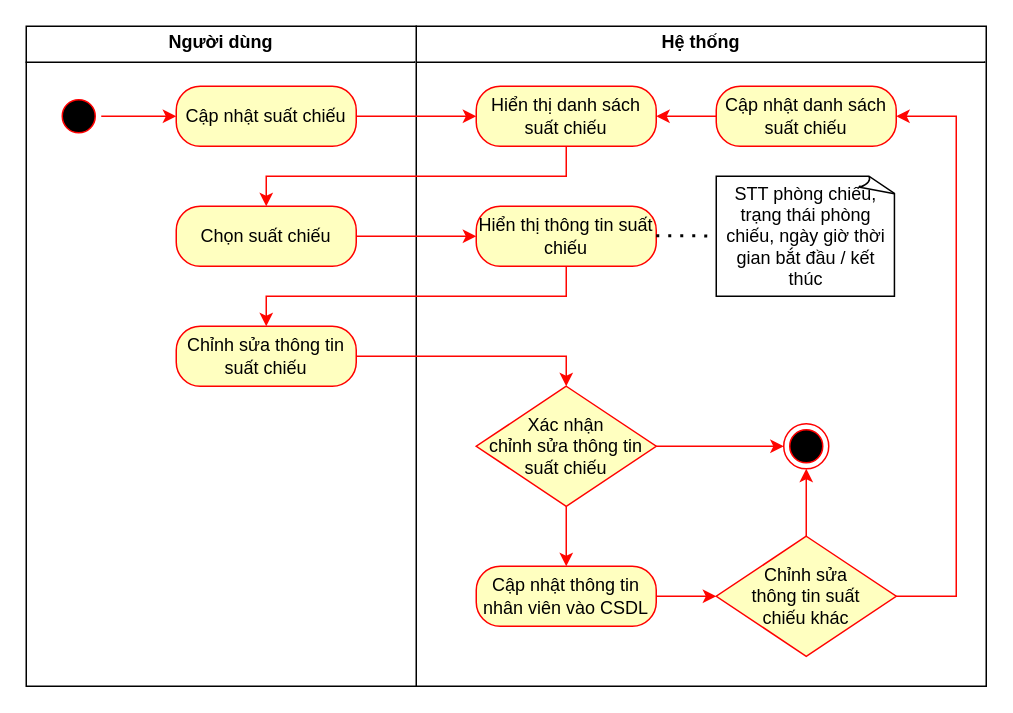
The draw.io diagram Sơ đồ hoạt động UC cập nhật suất chiếu.drawio in HaojackYT/DAA_SA, before the edit. Source tidied: cells renumbered, new cells numbered last; positions are measured from the earlier drawing's top-left corner, leaving out a move shared by most shapes. Both pictures are drawn from the tidied source at 150%, with x=0, y=0 at pixel (26, 26).
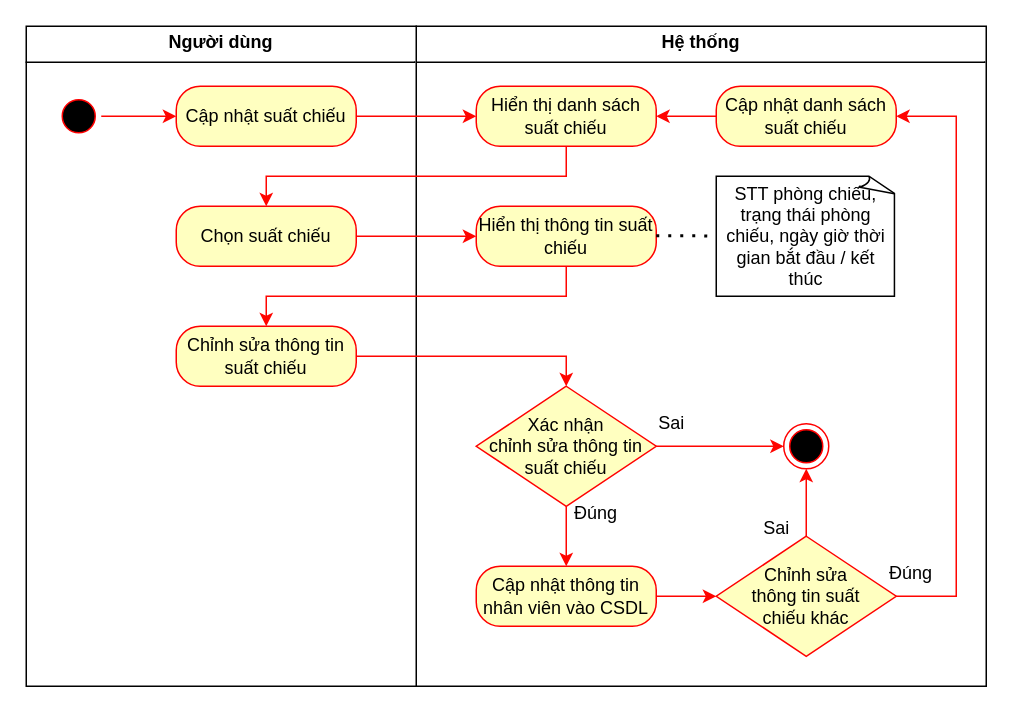
After the change.

Diff of the diagram source:
```diff
@@
+    <mxCell id="29" value="Đúng" style="text;html=1;align=center;verticalAlign=middle;whiteSpace=wrap;rounded=0;fontFamily=Helvetica;fontSize=12;fontColor=#000000;" parent="1" vertex="1">
+      <mxGeometry x="560" y="350" width="60" height="30" as="geometry" />
+    </mxCell>
+    <mxCell id="30" value="Đúng" style="text;html=1;align=center;verticalAlign=middle;whiteSpace=wrap;rounded=0;fontFamily=Helvetica;fontSize=12;fontColor=#000000;" parent="1" vertex="1">
+      <mxGeometry x="350" y="310" width="60" height="30" as="geometry" />
+    </mxCell>
+    <mxCell id="31" value="Sai" style="text;html=1;align=center;verticalAlign=middle;strokeColor=none;fillColor=none;" parent="1" vertex="1">
+      <mxGeometry x="480" y="320" width="40" height="30" as="geometry" />
+    </mxCell>
+    <mxCell id="32" value="Sai" style="text;html=1;align=center;verticalAlign=middle;strokeColor=none;fillColor=none;" parent="1" vertex="1">
+      <mxGeometry x="410" y="250" width="40" height="30" as="geometry" />
+    </mxCell>
```
